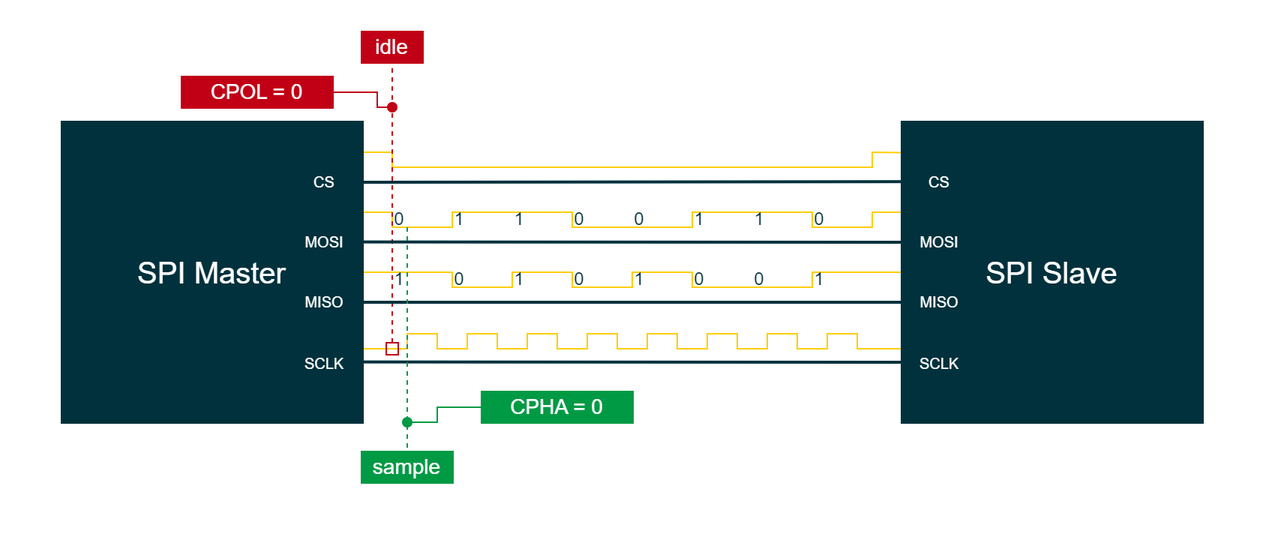
This is draw.io/PE Articles/General knowledge/Fundamentals/SPI 101 A Beginner's Guide To Serial Communication/Mode 0 (PE).png from PLAY-Embedded/pe_assets, a draw.io export, as it was before one commit. Source tidied: cells renumbered, new cells last; positions are measured from the earlier drawing's top-left corner, leaving out a move shared by most shapes.
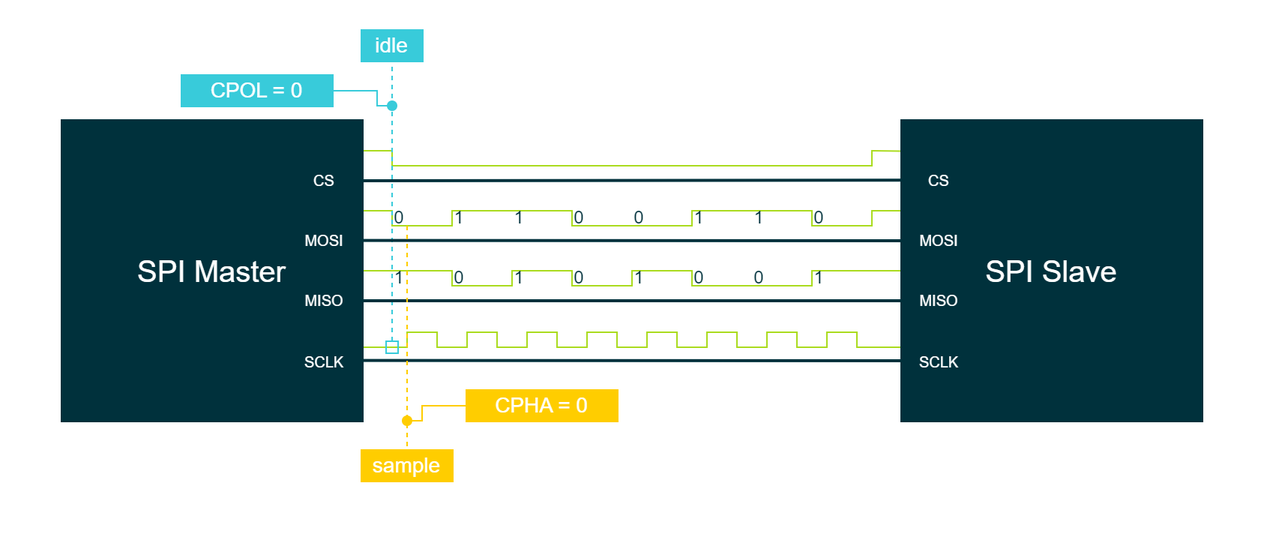
Later version of the same file.

Diff of the diagram source:
```diff
@@ -2,7 +2,10 @@
   <root>
     <mxCell id="0" />
     <mxCell id="1" parent="0" />
+    <mxCell id="6" style="rounded=0;whiteSpace=wrap;html=1;strokeColor=none;strokeWidth=2;fontFamily=Arial;fontSize=12;fontColor=#FFFFFF;fillColor=none;" parent="1" vertex="1">
+      <mxGeometry width="840" height="360" as="geometry" />
+    </mxCell>
-    <mxCell id="2" style="endArrow=none;html=1;rounded=0;strokeColor=#FFCD00;strokeWidth=1;fontFamily=Arial;fontSize=20;fontColor=#00B2A9;fillColor=#FFCD00;" parent="1" edge="1">
+    <mxCell id="2" style="endArrow=none;html=1;rounded=0;strokeColor=#AADB1E;strokeWidth=1;fontFamily=Arial;fontSize=20;fontColor=#00B2A9;fillColor=#AADB1E;" parent="1" edge="1">
       <mxGeometry relative="1" as="geometry">
         <mxPoint x="240" y="231" as="sourcePoint" />
         <mxPoint x="600" y="231" as="targetPoint" />
@@ -42,7 +45,7 @@
         </Array>
       </mxGeometry>
     </mxCell>
-    <mxCell id="3" style="endArrow=none;html=1;rounded=0;strokeColor=#FFCD00;strokeWidth=1;fontFamily=Arial;fontSize=20;fontColor=#00B2A9;fillColor=#FFCD00;" parent="1" edge="1">
+    <mxCell id="3" style="endArrow=none;html=1;rounded=0;strokeColor=#AADB1E;strokeWidth=1;fontFamily=Arial;fontSize=20;fontColor=#00B2A9;fillColor=#AADB1E;" parent="1" edge="1">
       <mxGeometry relative="1" as="geometry">
         <mxPoint x="240" y="180" as="sourcePoint" />
         <mxPoint x="600" y="180" as="targetPoint" />
@@ -63,7 +66,7 @@
         </Array>
       </mxGeometry>
     </mxCell>
-    <mxCell id="4" style="endArrow=none;html=1;rounded=0;strokeColor=#FFCD00;strokeWidth=1;fontFamily=Arial;fontSize=20;fontColor=#101820;fillColor=#FFCD00;" parent="1" edge="1">
+    <mxCell id="4" style="endArrow=none;html=1;rounded=0;strokeColor=#AADB1E;strokeWidth=1;fontFamily=Arial;fontSize=20;fontColor=#101820;fillColor=#AADB1E;" parent="1" edge="1">
       <mxGeometry relative="1" as="geometry">
         <mxPoint x="240" y="140" as="sourcePoint" />
         <mxPoint x="600" y="140" as="targetPoint" />
@@ -84,7 +87,7 @@
         </Array>
       </mxGeometry>
     </mxCell>
-    <mxCell id="5" style="endArrow=none;html=1;rounded=0;strokeColor=#FFCD00;strokeWidth=1;fontFamily=Arial;fontSize=20;fontColor=#101820;fillColor=#FFCD00;exitX=1.005;exitY=0.1;exitDx=0;exitDy=0;exitPerimeter=0;entryX=-0.004;entryY=0.101;entryDx=0;entryDy=0;entryPerimeter=0;" parent="1" edge="1" source="9" target="14">
+    <mxCell id="5" style="endArrow=none;html=1;rounded=0;strokeColor=#AADB1E;strokeWidth=1;fontFamily=Arial;fontSize=20;fontColor=#101820;fillColor=#AADB1E;exitX=1.005;exitY=0.1;exitDx=0;exitDy=0;exitPerimeter=0;entryX=-0.004;entryY=0.101;entryDx=0;entryDy=0;entryPerimeter=0;" parent="1" edge="1" source="9" target="14">
       <mxGeometry relative="1" as="geometry">
         <Array as="points">
           <mxPoint x="260" y="100" />
@@ -94,10 +97,7 @@
         </Array>
       </mxGeometry>
     </mxCell>
-    <mxCell id="6" style="rounded=0;whiteSpace=wrap;html=1;strokeColor=none;strokeWidth=2;fontFamily=Arial;fontSize=12;fontColor=#FFFFFF;fillColor=none;" parent="1" vertex="1">
-      <mxGeometry width="840" height="360" as="geometry" />
-    </mxCell>
-    <mxCell id="7" style="endArrow=none;dashed=1;html=1;strokeWidth=1;rounded=0;strokeColor=#C10016;fontFamily=Arial;fontSize=10;fontColor=#FFFFFF;fillColor=#C10016;startArrow=box;startFill=0;entryX=0.5;entryY=1;entryDx=0;entryDy=0;" parent="1" edge="1">
+    <mxCell id="7" style="endArrow=none;dashed=1;html=1;strokeWidth=1;rounded=0;strokeColor=#38CBDA;fontFamily=Arial;fontSize=10;fontColor=#FFFFFF;fillColor=#38CBDA;startArrow=box;startFill=0;entryX=0.5;entryY=1;entryDx=0;entryDy=0;" parent="1" edge="1">
       <mxGeometry relative="1" as="geometry">
         <mxPoint x="260" y="235" as="sourcePoint" />
         <mxPoint x="260" y="40" as="targetPoint" />
@@ -150,7 +150,7 @@
     <mxCell id="22" style="endArrow=none;html=1;rounded=0;strokeColor=#00313C;strokeWidth=2;fontFamily=Arial;fontSize=20;fontColor=#101820;fillColor=none;exitX=1.003;exitY=0.799;exitDx=0;exitDy=0;exitPerimeter=0;entryX=0;entryY=0.8;entryDx=0;entryDy=0;entryPerimeter=0;" parent="1" edge="1" source="9" target="14">
       <mxGeometry relative="1" as="geometry" />
     </mxCell>
-    <mxCell id="23" style="endArrow=none;html=1;rounded=0;strokeColor=#C10016;strokeWidth=1;fontFamily=Arial;fontSize=16;fontColor=#FFFFFF;fillColor=#C10016;startArrow=oval;startFill=1;" parent="1" edge="1">
+    <mxCell id="23" style="endArrow=none;html=1;rounded=0;strokeColor=#38CBDA;strokeWidth=1;fontFamily=Arial;fontSize=16;fontColor=#FFFFFF;fillColor=#38CBDA;startArrow=oval;startFill=1;" parent="1" edge="1">
       <mxGeometry relative="1" as="geometry">
         <mxPoint x="260" y="70" as="sourcePoint" />
         <mxPoint x="220" y="60" as="targetPoint" />
@@ -160,33 +160,33 @@
         </Array>
       </mxGeometry>
     </mxCell>
-    <mxCell id="24" value="CPOL = 0" style="whiteSpace=wrap;html=1;strokeColor=#C10016;strokeWidth=2;fontFamily=Arial;fontSize=14;fontColor=#FFFFFF;fillColor=#C10016;" parent="1" vertex="1">
+    <mxCell id="24" value="CPOL = 0" style="whiteSpace=wrap;html=1;strokeColor=#38CBDA;strokeWidth=2;fontFamily=Arial;fontSize=14;fontColor=#FFFFFF;fillColor=#38CBDA;" parent="1" vertex="1">
       <mxGeometry x="120" y="50" width="100" height="20" as="geometry" />
     </mxCell>
-    <mxCell id="25" value="idle" style="whiteSpace=wrap;html=1;strokeColor=#C10016;strokeWidth=2;fontFamily=Arial;fontSize=14;fontColor=#FFFFFF;fillColor=#C10016;" parent="1" vertex="1">
+    <mxCell id="25" value="idle" style="whiteSpace=wrap;html=1;strokeColor=#38CBDA;strokeWidth=2;fontFamily=Arial;fontSize=14;fontColor=#FFFFFF;fillColor=#38CBDA;" parent="1" vertex="1">
       <mxGeometry x="240" y="20" width="40" height="20" as="geometry" />
     </mxCell>
-    <mxCell id="26" style="endArrow=none;dashed=1;html=1;strokeWidth=1;rounded=0;strokeColor=#009A44;fontFamily=Arial;fontSize=10;fontColor=#FFFFFF;fillColor=#009A44;startArrow=none;startFill=0;" parent="1" edge="1">
+    <mxCell id="26" style="endArrow=none;dashed=1;html=1;strokeWidth=1;rounded=0;strokeColor=#FFCD00;fontFamily=Arial;fontSize=10;fontColor=#FFFFFF;fillColor=#FFCD00;startArrow=none;startFill=0;" parent="1" edge="1">
       <mxGeometry relative="1" as="geometry">
         <mxPoint x="270" y="150" as="sourcePoint" />
         <mxPoint x="270" y="300" as="targetPoint" />
       </mxGeometry>
     </mxCell>
-    <mxCell id="27" value="sample" style="whiteSpace=wrap;html=1;strokeColor=#009A44;strokeWidth=2;fontFamily=Arial;fontSize=14;fontColor=#FFFFFF;fillColor=#009A44;" parent="1" vertex="1">
+    <mxCell id="27" value="sample" style="whiteSpace=wrap;html=1;strokeColor=#FFCD00;strokeWidth=2;fontFamily=Arial;fontSize=14;fontColor=#FFFFFF;fillColor=#FFCD00;" parent="1" vertex="1">
       <mxGeometry x="240" y="300" width="60" height="20" as="geometry" />
     </mxCell>
-    <mxCell id="28" style="endArrow=none;html=1;rounded=0;strokeColor=#009A44;strokeWidth=1;fontFamily=Arial;fontSize=10;fontColor=#FFFFFF;fillColor=#009A44;startArrow=oval;startFill=1;" parent="1" edge="1">
+    <mxCell id="28" style="endArrow=none;html=1;rounded=0;strokeColor=#FFCD00;strokeWidth=1;fontFamily=Arial;fontSize=10;fontColor=#FFFFFF;fillColor=#FFCD00;startArrow=oval;startFill=1;" parent="1" edge="1">
       <mxGeometry relative="1" as="geometry">
         <mxPoint x="270" y="280" as="sourcePoint" />
         <mxPoint x="320" y="270" as="targetPoint" />
         <Array as="points">
-          <mxPoint x="290" y="280" />
-          <mxPoint x="290" y="270" />
+          <mxPoint x="280" y="280" />
+          <mxPoint x="280" y="270" />
         </Array>
       </mxGeometry>
     </mxCell>
-    <mxCell id="29" value="CPHA = 0" style="whiteSpace=wrap;html=1;strokeColor=#009A44;strokeWidth=2;fontFamily=Arial;fontSize=14;fontColor=#FFFFFF;fillColor=#009A44;" parent="1" vertex="1">
-      <mxGeometry x="320" y="260" width="100" height="20" as="geometry" />
+    <mxCell id="29" value="CPHA = 0" style="whiteSpace=wrap;html=1;strokeColor=#FFCD00;strokeWidth=2;fontFamily=Arial;fontSize=14;fontColor=#FFFFFF;fillColor=#FFCD00;" parent="1" vertex="1">
+      <mxGeometry x="310" y="260" width="100" height="20" as="geometry" />
     </mxCell>
     <mxCell id="30" value="&lt;font color=&quot;#00313c&quot;&gt;0&lt;/font&gt;" style="rounded=0;whiteSpace=wrap;html=1;labelBackgroundColor=none;strokeColor=none;strokeWidth=4;fillColor=none;fontColor=#3C3521;align=center;verticalAlign=middle;" parent="1" vertex="1">
       <mxGeometry x="260" y="140" width="10" height="10" as="geometry" />
```
